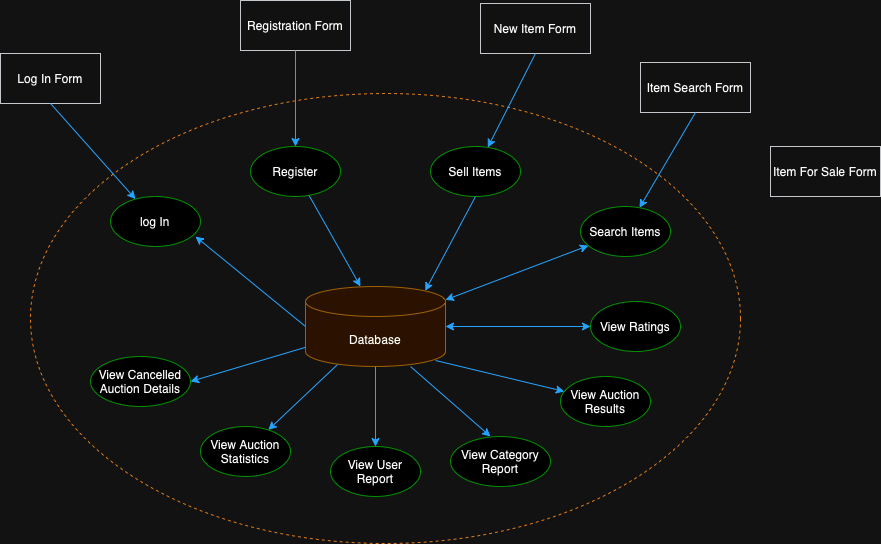
Earlier version of the draw.io export IFD_BuzzBid.drawio.png (jobanyv9/6400_DatbaseDesign). Source tidied: cells renumbered, new cells last; positions are measured from the earlier drawing's top-left corner, leaving out a move shared by most shapes.
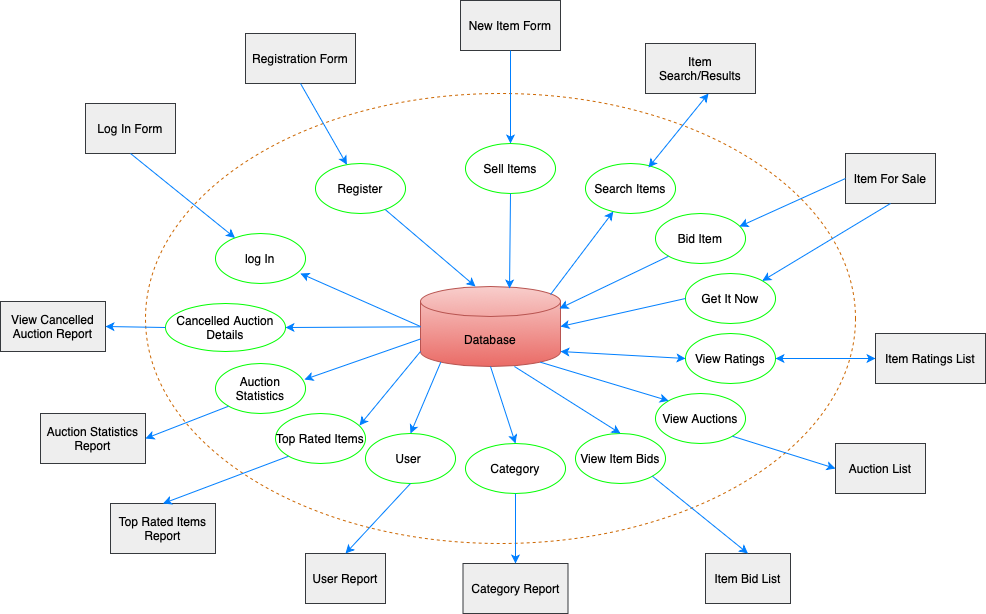
Later version of the same file.

Change to the diagram source:
```diff
@@ -5,97 +5,175 @@
     <mxCell id="2" style="ellipse;whiteSpace=wrap;html=1;fillStyle=hatch;shadow=0;dashed=1;strokeColor=#CC6600;fillColor=none;backgroundOutline=0;" parent="1" vertex="1">
       <mxGeometry x="30" y="93" width="710" height="450" as="geometry" />
     </mxCell>
-    <mxCell id="3" value="Database" style="shape=cylinder3;whiteSpace=wrap;html=1;boundedLbl=1;backgroundOutline=1;size=15;fillColor=#ffe6cc;strokeColor=#d79b00;gradientColor=none;" parent="1" vertex="1">
+    <mxCell id="3" value="Database" style="shape=cylinder3;whiteSpace=wrap;html=1;boundedLbl=1;backgroundOutline=1;size=15;fillColor=#f8cecc;strokeColor=#b85450;gradientColor=#ea6b66;" parent="1" vertex="1">
       <mxGeometry x="305" y="286" width="140" height="80" as="geometry" />
     </mxCell>
     <mxCell id="4" value="log In" style="ellipse;whiteSpace=wrap;html=1;strokeColor=#00FF00;" parent="1" vertex="1">
-      <mxGeometry x="110" y="196" width="90" height="50" as="geometry" />
+      <mxGeometry x="100" y="233" width="90" height="50" as="geometry" />
     </mxCell>
     <mxCell id="5" style="endArrow=classic;html=1;rounded=0;entryX=0.944;entryY=0.8;entryDx=0;entryDy=0;entryPerimeter=0;exitX=0;exitY=0.5;exitDx=0;exitDy=0;exitPerimeter=0;curved=0;strokeColor=#007FFF;" parent="1" edge="1" source="3" target="4">
       <mxGeometry relative="1" as="geometry" />
     </mxCell>
     <mxCell id="6" value="Register" style="ellipse;whiteSpace=wrap;html=1;strokeColor=#00FF00;" parent="1" vertex="1">
-      <mxGeometry x="250" y="146" width="90" height="50" as="geometry" />
+      <mxGeometry x="200" y="163" width="90" height="50" as="geometry" />
     </mxCell>
     <mxCell id="7" value="Sell Items" style="ellipse;whiteSpace=wrap;html=1;strokeColor=#00FF00;" parent="1" vertex="1">
-      <mxGeometry x="430" y="146" width="90" height="50" as="geometry" />
+      <mxGeometry x="350" y="143" width="90" height="50" as="geometry" />
     </mxCell>
     <mxCell id="8" value="Search Items" style="ellipse;whiteSpace=wrap;html=1;strokeColor=#00FF00;" parent="1" vertex="1">
-      <mxGeometry x="580" y="206" width="90" height="50" as="geometry" />
+      <mxGeometry x="470" y="163" width="90" height="50" as="geometry" />
     </mxCell>
     <mxCell id="9" value="View Ratings" style="ellipse;whiteSpace=wrap;html=1;strokeColor=#00FF00;" parent="1" vertex="1">
-      <mxGeometry x="590" y="301" width="90" height="50" as="geometry" />
+      <mxGeometry x="570" y="333" width="90" height="50" as="geometry" />
     </mxCell>
-    <mxCell id="10" value="View Auction &lt;br&gt;Results" style="ellipse;whiteSpace=wrap;html=1;strokeColor=#00FF00;" parent="1" vertex="1">
-      <mxGeometry x="560" y="376" width="90" height="50" as="geometry" />
+    <mxCell id="10" value="View Auctions" style="ellipse;whiteSpace=wrap;html=1;strokeColor=#00FF00;" parent="1" vertex="1">
+      <mxGeometry x="540" y="393" width="90" height="50" as="geometry" />
     </mxCell>
-    <mxCell id="11" value="View Category Report" style="ellipse;whiteSpace=wrap;html=1;strokeColor=#00FF00;" parent="1" vertex="1">
-      <mxGeometry x="450" y="436" width="100" height="50" as="geometry" />
+    <mxCell id="11" value="Category" style="ellipse;whiteSpace=wrap;html=1;strokeColor=#00FF00;" parent="1" vertex="1">
+      <mxGeometry x="350" y="443" width="100" height="50" as="geometry" />
     </mxCell>
-    <mxCell id="12" value="View User Report" style="ellipse;whiteSpace=wrap;html=1;strokeColor=#00FF00;" parent="1" vertex="1">
-      <mxGeometry x="330" y="446" width="90" height="50" as="geometry" />
+    <mxCell id="12" value="User&amp;nbsp;" style="ellipse;whiteSpace=wrap;html=1;strokeColor=#00FF00;" parent="1" vertex="1">
+      <mxGeometry x="250" y="433" width="90" height="50" as="geometry" />
     </mxCell>
-    <mxCell id="13" value="View Auction Statistics" style="ellipse;whiteSpace=wrap;html=1;strokeColor=#00FF00;" parent="1" vertex="1">
-      <mxGeometry x="200" y="426" width="90" height="50" as="geometry" />
+    <mxCell id="13" value="Top Rated Items" style="ellipse;whiteSpace=wrap;html=1;strokeColor=#00FF00;" parent="1" vertex="1">
+      <mxGeometry x="160" y="413" width="90" height="50" as="geometry" />
     </mxCell>
-    <mxCell id="14" value="View Cancelled Auction Details" style="ellipse;whiteSpace=wrap;html=1;strokeColor=#00FF00;" parent="1" vertex="1">
-      <mxGeometry x="90" y="356" width="100" height="50" as="geometry" />
+    <mxCell id="14" value="Cancelled Auction Details" style="ellipse;whiteSpace=wrap;html=1;strokeColor=#00FF00;" parent="1" vertex="1">
+      <mxGeometry x="50" y="303" width="120" height="48" as="geometry" />
     </mxCell>
     <mxCell id="15" style="endArrow=classic;html=1;rounded=0;strokeColor=#007FFF;entryX=0.35;entryY=-0.062;entryDx=0;entryDy=0;entryPerimeter=0;" parent="1" edge="1" source="6">
       <mxGeometry relative="1" as="geometry">
         <mxPoint x="360" y="286" as="targetPoint" />
       </mxGeometry>
     </mxCell>
-    <mxCell id="16" style="endArrow=classic;html=1;rounded=0;exitX=0.5;exitY=1;exitDx=0;exitDy=0;curved=0;strokeColor=#007FFF;entryX=0.855;entryY=0;entryDx=0;entryDy=4.35;entryPerimeter=0;" parent="1" edge="1" source="7" target="3">
+    <mxCell id="16" style="endArrow=classic;html=1;rounded=0;exitX=0.5;exitY=1;exitDx=0;exitDy=0;curved=0;strokeColor=#007FFF;entryX=0.636;entryY=0.025;entryDx=0;entryDy=0;entryPerimeter=0;" parent="1" edge="1" source="7" target="3">
       <mxGeometry relative="1" as="geometry" />
     </mxCell>
-    <mxCell id="17" style="endArrow=classic;startArrow=classic;html=1;rounded=0;strokeColor=#007FFF;" parent="1" edge="1" source="3" target="8">
-      <mxGeometry relative="1" as="geometry" />
-    </mxCell>
-    <mxCell id="18" style="endArrow=classic;startArrow=classic;html=1;rounded=0;strokeColor=#007FFF;" parent="1" edge="1" source="3" target="9">
-      <mxGeometry relative="1" as="geometry" />
-    </mxCell>
-    <mxCell id="19" style="endArrow=classic;html=1;rounded=0;exitX=0.929;exitY=0.925;exitDx=0;exitDy=0;exitPerimeter=0;strokeColor=#007FFF;" parent="1" edge="1" source="3" target="10">
+    <mxCell id="19" style="endArrow=classic;html=1;rounded=0;exitX=0.855;exitY=1;exitDx=0;exitDy=-4.35;exitPerimeter=0;strokeColor=#007FFF;entryX=0;entryY=0;entryDx=0;entryDy=0;" parent="1" edge="1" source="3" target="10">
       <mxGeometry relative="1" as="geometry" />
     </mxCell>
-    <mxCell id="20" style="endArrow=classic;html=1;rounded=0;exitX=0.75;exitY=1;exitDx=0;exitDy=0;exitPerimeter=0;strokeColor=#007FFF;entryX=0.4;entryY=0;entryDx=0;entryDy=0;entryPerimeter=0;" parent="1" edge="1" source="3" target="11">
+    <mxCell id="20" style="endArrow=classic;html=1;rounded=0;exitX=0.5;exitY=1;exitDx=0;exitDy=0;exitPerimeter=0;strokeColor=#007FFF;entryX=0.5;entryY=0;entryDx=0;entryDy=0;" parent="1" edge="1" source="3" target="11">
       <mxGeometry relative="1" as="geometry" />
     </mxCell>
-    <mxCell id="21" style="endArrow=classic;html=1;rounded=0;strokeColor=#007FFF;entryX=0.5;entryY=0;entryDx=0;entryDy=0;" parent="1" edge="1" source="3" target="12">
+    <mxCell id="21" style="endArrow=classic;html=1;rounded=0;strokeColor=#007FFF;entryX=0.5;entryY=0;entryDx=0;entryDy=0;exitX=0.145;exitY=1;exitDx=0;exitDy=-4.35;exitPerimeter=0;" parent="1" edge="1" source="3" target="12">
       <mxGeometry relative="1" as="geometry" />
     </mxCell>
     <mxCell id="22" style="endArrow=classic;html=1;rounded=0;strokeColor=#007FFF;entryX=1;entryY=0.5;entryDx=0;entryDy=0;" parent="1" edge="1" source="3" target="14">
       <mxGeometry relative="1" as="geometry" />
     </mxCell>
-    <mxCell id="23" style="endArrow=classic;html=1;rounded=0;strokeColor=#007FFF;exitX=0.229;exitY=0.975;exitDx=0;exitDy=0;exitPerimeter=0;" parent="1" edge="1" source="3" target="13">
-      <mxGeometry relative="1" as="geometry" />
-    </mxCell>
     <mxCell id="24" value="Log In Form" style="rounded=0;whiteSpace=wrap;html=1;fillColor=#eeeeee;strokeColor=#36393d;" parent="1" vertex="1">
-      <mxGeometry y="53" width="100" height="50" as="geometry" />
+      <mxGeometry x="-30" y="103" width="90" height="50" as="geometry" />
     </mxCell>
     <mxCell id="25" style="endArrow=classic;html=1;rounded=0;exitX=0.5;exitY=1;exitDx=0;exitDy=0;strokeColor=#007FFF;" parent="1" edge="1" source="24" target="4">
       <mxGeometry relative="1" as="geometry" />
     </mxCell>
     <mxCell id="26" value="Registration Form" style="rounded=0;whiteSpace=wrap;html=1;fillColor=#eeeeee;strokeColor=#36393d;" parent="1" vertex="1">
-      <mxGeometry x="240" width="110" height="50" as="geometry" />
+      <mxGeometry x="130" y="33" width="110" height="50" as="geometry" />
     </mxCell>
     <mxCell id="27" style="endArrow=classic;html=1;rounded=0;exitX=0.5;exitY=1;exitDx=0;exitDy=0;strokeColor=#007FFF;" parent="1" edge="1" source="26" target="6">
       <mxGeometry relative="1" as="geometry" />
     </mxCell>
     <mxCell id="28" value="New Item Form" style="rounded=0;whiteSpace=wrap;html=1;fillColor=#eeeeee;strokeColor=#36393d;" parent="1" vertex="1">
-      <mxGeometry x="480" y="3" width="110" height="50" as="geometry" />
+      <mxGeometry x="345" width="100" height="50" as="geometry" />
     </mxCell>
     <mxCell id="29" style="endArrow=classic;html=1;rounded=0;exitX=0.5;exitY=1;exitDx=0;exitDy=0;strokeColor=#007FFF;" parent="1" edge="1" source="28" target="7">
       <mxGeometry relative="1" as="geometry" />
     </mxCell>
-    <mxCell id="30" value="Item Search Form" style="rounded=0;whiteSpace=wrap;html=1;fillColor=#eeeeee;strokeColor=#36393d;" parent="1" vertex="1">
-      <mxGeometry x="640" y="62" width="110" height="50" as="geometry" />
+    <mxCell id="30" value="Item Search/Results" style="rounded=0;whiteSpace=wrap;html=1;fillColor=#eeeeee;strokeColor=#36393d;" parent="1" vertex="1">
+      <mxGeometry x="530" y="43" width="110" height="50" as="geometry" />
     </mxCell>
-    <mxCell id="31" style="endArrow=classic;html=1;rounded=0;exitX=0.5;exitY=1;exitDx=0;exitDy=0;strokeColor=#007FFF;" parent="1" edge="1" source="30" target="8">
-      <mxGeometry relative="1" as="geometry" />
-    </mxCell>
-    <mxCell id="32" value="Item For Sale Form" style="rounded=0;whiteSpace=wrap;html=1;fillColor=#eeeeee;strokeColor=#36393d;" parent="1" vertex="1">
-      <mxGeometry x="770" y="146" width="110" height="50" as="geometry" />
+    <mxCell id="32" value="Item For Sale" style="rounded=0;whiteSpace=wrap;html=1;fillColor=#eeeeee;strokeColor=#36393d;" parent="1" vertex="1">
+      <mxGeometry x="730" y="153" width="90" height="50" as="geometry" />
     </mxCell>
+    <mxCell id="17" style="endArrow=classic;html=1;rounded=0;exitX=0.929;exitY=0.1;exitDx=0;exitDy=0;exitPerimeter=0;curved=0;strokeColor=#007FFF;" parent="1" edge="1" source="3" target="8">
+      <mxGeometry relative="1" as="geometry" />
+    </mxCell>
+    <mxCell id="33" style="endArrow=classic;startArrow=classic;html=1;rounded=0;entryX=0.573;entryY=1;entryDx=0;entryDy=0;entryPerimeter=0;exitX=0.7;exitY=0.08;exitDx=0;exitDy=0;exitPerimeter=0;strokeColor=#007FFF;" parent="1" edge="1" source="8" target="30">
+      <mxGeometry relative="1" as="geometry" />
+    </mxCell>
+    <mxCell id="34" value="Bid Item" style="ellipse;whiteSpace=wrap;html=1;strokeColor=#00FF00;" parent="1" vertex="1">
+      <mxGeometry x="540" y="213" width="90" height="50" as="geometry" />
+    </mxCell>
+    <mxCell id="23" style="endArrow=classic;html=1;rounded=0;strokeColor=#007FFF;entryX=0.933;entryY=0.24;entryDx=0;entryDy=0;entryPerimeter=0;exitX=0;exitY=1;exitDx=0;exitDy=-15;exitPerimeter=0;" parent="1" edge="1" source="3" target="13">
+      <mxGeometry relative="1" as="geometry" />
+    </mxCell>
+    <mxCell id="18" style="endArrow=classic;startArrow=classic;html=1;rounded=0;exitX=1;exitY=1;exitDx=0;exitDy=-15;exitPerimeter=0;entryX=0;entryY=0.5;entryDx=0;entryDy=0;strokeColor=#007FFF;" parent="1" edge="1" source="3" target="9">
+      <mxGeometry relative="1" as="geometry" />
+    </mxCell>
+    <mxCell id="35" value="Get It Now" style="ellipse;whiteSpace=wrap;html=1;strokeColor=#00FF00;" parent="1" vertex="1">
+      <mxGeometry x="570" y="273" width="90" height="50" as="geometry" />
+    </mxCell>
+    <mxCell id="36" style="endArrow=classic;html=1;rounded=0;entryX=0.933;entryY=0.26;entryDx=0;entryDy=0;entryPerimeter=0;exitX=0;exitY=0.5;exitDx=0;exitDy=0;strokeColor=#007FFF;" parent="1" edge="1" source="32" target="34">
+      <mxGeometry relative="1" as="geometry" />
+    </mxCell>
+    <mxCell id="37" style="endArrow=classic;html=1;rounded=0;entryX=0.993;entryY=0.275;entryDx=0;entryDy=0;entryPerimeter=0;exitX=0;exitY=1;exitDx=0;exitDy=0;strokeColor=#007FFF;" parent="1" edge="1" source="34" target="3">
+      <mxGeometry relative="1" as="geometry" />
+    </mxCell>
+    <mxCell id="38" style="endArrow=classic;html=1;rounded=0;entryX=1;entryY=0.5;entryDx=0;entryDy=0;entryPerimeter=0;exitX=0;exitY=0.5;exitDx=0;exitDy=0;strokeColor=#007FFF;" parent="1" edge="1" source="35" target="3">
+      <mxGeometry relative="1" as="geometry" />
+    </mxCell>
+    <mxCell id="39" style="endArrow=classic;html=1;rounded=0;entryX=1;entryY=0;entryDx=0;entryDy=0;exitX=0.5;exitY=1;exitDx=0;exitDy=0;strokeColor=#007FFF;" parent="1" edge="1" source="32" target="35">
+      <mxGeometry relative="1" as="geometry" />
+    </mxCell>
+    <mxCell id="40" value="Item Ratings List" style="rounded=0;whiteSpace=wrap;html=1;fillColor=#eeeeee;strokeColor=#36393d;" parent="1" vertex="1">
+      <mxGeometry x="760" y="333" width="110" height="50" as="geometry" />
+    </mxCell>
+    <mxCell id="41" style="endArrow=classic;startArrow=classic;html=1;rounded=0;entryX=0;entryY=0.5;entryDx=0;entryDy=0;exitX=1;exitY=0.5;exitDx=0;exitDy=0;strokeColor=#007FFF;" parent="1" edge="1" source="9" target="40">
+      <mxGeometry relative="1" as="geometry" />
+    </mxCell>
+    <mxCell id="42" value="Auction List" style="rounded=0;whiteSpace=wrap;html=1;fillColor=#eeeeee;strokeColor=#36393d;" parent="1" vertex="1">
+      <mxGeometry x="720" y="443" width="90" height="50" as="geometry" />
+    </mxCell>
+    <mxCell id="43" style="endArrow=classic;html=1;rounded=0;exitX=1;exitY=1;exitDx=0;exitDy=0;strokeColor=#007FFF;entryX=0;entryY=0.5;entryDx=0;entryDy=0;" parent="1" edge="1" source="10" target="42">
+      <mxGeometry relative="1" as="geometry" />
+    </mxCell>
+    <mxCell id="44" value="View Item Bids" style="ellipse;whiteSpace=wrap;html=1;strokeColor=#00FF00;" parent="1" vertex="1">
+      <mxGeometry x="460" y="433" width="90" height="50" as="geometry" />
+    </mxCell>
+    <mxCell id="45" value="Item Bid List" style="rounded=0;whiteSpace=wrap;html=1;fillColor=#eeeeee;strokeColor=#36393d;" parent="1" vertex="1">
+      <mxGeometry x="590" y="553" width="85" height="50" as="geometry" />
+    </mxCell>
+    <mxCell id="46" style="endArrow=classic;html=1;rounded=0;exitX=1;exitY=1;exitDx=0;exitDy=0;strokeColor=#007FFF;entryX=0.5;entryY=0;entryDx=0;entryDy=0;" parent="1" edge="1" source="44" target="45">
+      <mxGeometry relative="1" as="geometry" />
+    </mxCell>
+    <mxCell id="47" style="endArrow=classic;html=1;rounded=0;exitX=0.671;exitY=1;exitDx=0;exitDy=0;strokeColor=#007FFF;entryX=0.5;entryY=0;entryDx=0;entryDy=0;exitPerimeter=0;" parent="1" edge="1" source="3" target="44">
+      <mxGeometry relative="1" as="geometry" />
+    </mxCell>
+    <mxCell id="48" value="Category Report" style="rounded=0;whiteSpace=wrap;html=1;fillColor=#eeeeee;strokeColor=#36393d;" parent="1" vertex="1">
+      <mxGeometry x="347.5" y="563" width="105" height="50" as="geometry" />
+    </mxCell>
+    <mxCell id="49" style="endArrow=classic;html=1;rounded=0;exitX=0.5;exitY=1;exitDx=0;exitDy=0;strokeColor=#007FFF;entryX=0.5;entryY=0;entryDx=0;entryDy=0;" parent="1" edge="1" source="11" target="48">
+      <mxGeometry relative="1" as="geometry" />
+    </mxCell>
+    <mxCell id="50" value="User Report" style="rounded=0;whiteSpace=wrap;html=1;fillColor=#eeeeee;strokeColor=#36393d;" parent="1" vertex="1">
+      <mxGeometry x="190" y="553" width="80" height="50" as="geometry" />
+    </mxCell>
+    <mxCell id="51" style="endArrow=classic;html=1;rounded=0;exitX=0.5;exitY=1;exitDx=0;exitDy=0;strokeColor=#007FFF;entryX=0.5;entryY=0;entryDx=0;entryDy=0;" parent="1" edge="1" source="12" target="50">
+      <mxGeometry relative="1" as="geometry" />
+    </mxCell>
+    <mxCell id="52" value="Top Rated Items Report" style="rounded=0;whiteSpace=wrap;html=1;fillColor=#eeeeee;strokeColor=#36393d;" parent="1" vertex="1">
+      <mxGeometry x="-5" y="503" width="105" height="50" as="geometry" />
+    </mxCell>
+    <mxCell id="53" style="endArrow=classic;html=1;rounded=0;exitX=0;exitY=1;exitDx=0;exitDy=0;strokeColor=#007FFF;entryX=0.5;entryY=0;entryDx=0;entryDy=0;" parent="1" edge="1" source="13" target="52">
+      <mxGeometry relative="1" as="geometry" />
+    </mxCell>
+    <mxCell id="54" value="Auction Statistics" style="ellipse;whiteSpace=wrap;html=1;strokeColor=#00FF00;" parent="1" vertex="1">
+      <mxGeometry x="100" y="363" width="90" height="50" as="geometry" />
+    </mxCell>
+    <mxCell id="55" style="endArrow=classic;html=1;rounded=0;strokeColor=#007FFF;entryX=0.989;entryY=0.32;entryDx=0;entryDy=0;entryPerimeter=0;exitX=0;exitY=0;exitDx=0;exitDy=52.5;exitPerimeter=0;" parent="1" edge="1" source="3" target="54">
+      <mxGeometry relative="1" as="geometry" />
+    </mxCell>
+    <mxCell id="56" value="Auction Statistics Report" style="rounded=0;whiteSpace=wrap;html=1;fillColor=#eeeeee;strokeColor=#36393d;" parent="1" vertex="1">
+      <mxGeometry x="-75" y="413" width="105" height="50" as="geometry" />
+    </mxCell>
+    <mxCell id="57" style="endArrow=classic;html=1;rounded=0;exitX=0;exitY=1;exitDx=0;exitDy=0;strokeColor=#007FFF;entryX=1;entryY=0.5;entryDx=0;entryDy=0;" parent="1" edge="1" source="54" target="56">
+      <mxGeometry relative="1" as="geometry" />
+    </mxCell>
+    <mxCell id="58" value="View Cancelled Auction Report" style="rounded=0;whiteSpace=wrap;html=1;fillColor=#eeeeee;strokeColor=#36393d;" parent="1" vertex="1">
+      <mxGeometry x="-115" y="301" width="105" height="50" as="geometry" />
+    </mxCell>
+    <mxCell id="59" style="endArrow=classic;html=1;rounded=0;exitX=0;exitY=0.5;exitDx=0;exitDy=0;strokeColor=#007FFF;entryX=1;entryY=0.5;entryDx=0;entryDy=0;" parent="1" edge="1" source="14" target="58">
+      <mxGeometry relative="1" as="geometry" />
+    </mxCell>
   </root>
 </mxGraphModel>
```
